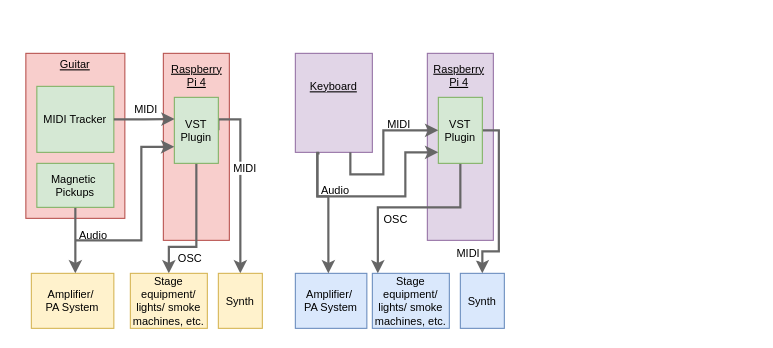
The draw.io diagram instrument_audiomostly.drawio in ns2max/drawio_figures, before the edit. Source tidied: cells renumbered, new cells numbered last; positions are measured from the earlier drawing's top-left corner, leaving out a move shared by most shapes. Both pictures are drawn from the tidied source at 110%, with x=0, y=0 at pixel (25, 53).
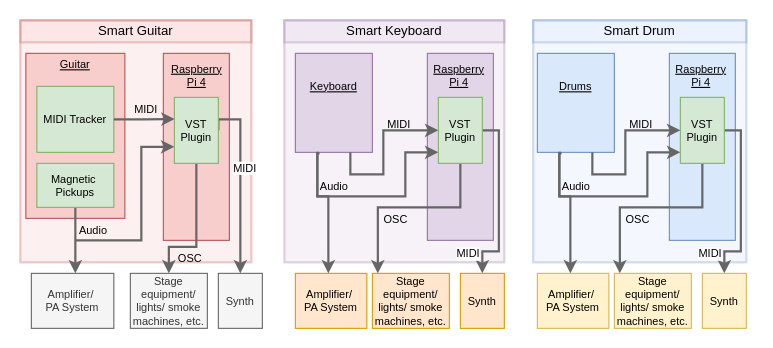
After the change.

Unchanged cells that the change refers to:
```xml
<mxCell id="3" style="edgeStyle=orthogonalEdgeStyle;rounded=0;jettySize=auto;html=1;fillColor=default;strokeWidth=2;strokeColor=#666666;fontSize=10;" parent="1" edge="1" source="7" target="15">
  <mxGeometry relative="1" as="geometry">
    <Array as="points">
      <mxPoint x="70" y="200" />
      <mxPoint x="65" y="200" />
    </Array>
  </mxGeometry>
</mxCell>
<mxCell id="35" style="edgeStyle=orthogonalEdgeStyle;rounded=0;jettySize=auto;html=1;fillColor=default;strokeWidth=2;strokeColor=#666666;fontSize=10;exitX=0.307;exitY=1.005;exitDx=0;exitDy=0;exitPerimeter=0;" parent="1" edge="1" source="20" target="26">
  <mxGeometry relative="1" as="geometry">
    <Array as="points">
      <mxPoint x="265" y="91" />
      <mxPoint x="265" y="130" />
      <mxPoint x="345" y="130" />
      <mxPoint x="345" y="90" />
    </Array>
  </mxGeometry>
</mxCell>
```

Change to the diagram source:
```diff
@@
+    <mxCell id="38" style="rounded=0;whiteSpace=wrap;html=1;fillColor=#dae8fc;strokeColor=#6c8ebf;opacity=30;strokeWidth=2;" parent="1" vertex="1">
+      <mxGeometry x="461.2" y="-30" width="193.8" height="220" as="geometry" />
+    </mxCell>
+    <mxCell id="39" style="rounded=0;whiteSpace=wrap;html=1;fillColor=#f8cecc;strokeColor=#b85450;opacity=30;strokeWidth=2;" parent="1" vertex="1">
+      <mxGeometry x="-5" y="-30" width="210" height="220" as="geometry" />
+    </mxCell>
+    <mxCell id="40" style="rounded=0;whiteSpace=wrap;html=1;fillColor=#e1d5e7;strokeColor=#9673a6;opacity=30;strokeWidth=2;" parent="1" vertex="1">
+      <mxGeometry x="235" y="-30" width="200" height="220" as="geometry" />
+    </mxCell>
@@
     <mxCell id="4" value="Audio" style="edgeLabel;html=1;align=center;verticalAlign=middle;fontSize=10;labelBackgroundColor=none;" parent="3" vertex="1">
       <mxGeometry x="-0.23" y="-1" relative="1" as="geometry">
-        <mxPoint x="16" y="1" as="offset" />
+        <mxPoint x="16" y="-3" as="offset" />
       </mxGeometry>
     </mxCell>
@@
-    <mxCell id="15" value="Amplifier/&amp;nbsp;&lt;div&gt;PA System&lt;/div&gt;" style="rounded=0;whiteSpace=wrap;html=1;labelBackgroundColor=none;fillColor=#fff2cc;strokeColor=#d6b656;fontSize=10;" parent="1" vertex="1">
+    <mxCell id="15" value="Amplifier/&amp;nbsp;&lt;div&gt;PA System&lt;/div&gt;" style="rounded=0;whiteSpace=wrap;html=1;labelBackgroundColor=none;fillColor=#f5f5f5;strokeColor=#666666;fontSize=10;fontColor=#333333;" parent="1" vertex="1">
       <mxGeometry x="5" y="200" width="75" height="50" as="geometry" />
     </mxCell>
-    <mxCell id="16" value="Stage equipment/ lights/ smoke machines, etc." style="rounded=0;whiteSpace=wrap;html=1;labelBackgroundColor=none;fillColor=#fff2cc;strokeColor=#d6b656;fontSize=10;" parent="1" vertex="1">
+    <mxCell id="16" value="Stage equipment/ lights/ smoke machines, etc." style="rounded=0;whiteSpace=wrap;html=1;labelBackgroundColor=none;fillColor=#f5f5f5;strokeColor=#666666;fontSize=10;fontColor=#333333;" parent="1" vertex="1">
       <mxGeometry x="95" y="200" width="70" height="50" as="geometry" />
     </mxCell>
-    <mxCell id="17" value="&lt;span style=&quot;font-weight: 400; font-size: 10px;&quot;&gt;Synth&lt;/span&gt;" style="rounded=0;whiteSpace=wrap;html=1;labelBackgroundColor=none;fontStyle=1;fillColor=#fff2cc;strokeColor=#d6b656;fontSize=10;" parent="1" vertex="1">
+    <mxCell id="17" value="&lt;span style=&quot;font-weight: 400; font-size: 10px;&quot;&gt;Synth&lt;/span&gt;" style="rounded=0;whiteSpace=wrap;html=1;labelBackgroundColor=none;fontStyle=1;fillColor=#f5f5f5;strokeColor=#666666;fontSize=10;fontColor=#333333;" parent="1" vertex="1">
       <mxGeometry x="175" y="200" width="40" height="50" as="geometry" />
     </mxCell>
@@
-    <mxCell id="29" value="Stage equipment/ lights/ smoke machines, etc." style="rounded=0;whiteSpace=wrap;html=1;labelBackgroundColor=none;fillColor=#dae8fc;strokeColor=#6c8ebf;fontSize=10;" parent="1" vertex="1">
+    <mxCell id="29" value="Stage equipment/ lights/ smoke machines, etc." style="rounded=0;whiteSpace=wrap;html=1;labelBackgroundColor=none;fillColor=#ffe6cc;strokeColor=#d79b00;fontSize=10;" parent="1" vertex="1">
       <mxGeometry x="315" y="200" width="70" height="50" as="geometry" />
     </mxCell>
-    <mxCell id="30" value="&lt;span style=&quot;font-weight: 400; font-size: 10px;&quot;&gt;Synth&lt;/span&gt;" style="rounded=0;whiteSpace=wrap;html=1;labelBackgroundColor=none;fontStyle=1;fillColor=#dae8fc;strokeColor=#6c8ebf;fontSize=10;" parent="1" vertex="1">
+    <mxCell id="30" value="&lt;span style=&quot;font-weight: 400; font-size: 10px;&quot;&gt;Synth&lt;/span&gt;" style="rounded=0;whiteSpace=wrap;html=1;labelBackgroundColor=none;fontStyle=1;fillColor=#ffe6cc;strokeColor=#d79b00;fontSize=10;" parent="1" vertex="1">
       <mxGeometry x="395" y="200" width="40" height="50" as="geometry" />
     </mxCell>
@@
-    <mxCell id="34" value="Amplifier/&amp;nbsp;&lt;div&gt;PA System&lt;/div&gt;" style="rounded=0;whiteSpace=wrap;html=1;labelBackgroundColor=none;fillColor=#dae8fc;strokeColor=#6c8ebf;fontSize=10;" parent="1" vertex="1">
+    <mxCell id="34" value="Amplifier/&amp;nbsp;&lt;div&gt;PA System&lt;/div&gt;" style="rounded=0;whiteSpace=wrap;html=1;labelBackgroundColor=none;fillColor=#ffe6cc;strokeColor=#d79b00;fontSize=10;" parent="1" vertex="1">
       <mxGeometry x="245" y="200" width="65" height="50" as="geometry" />
     </mxCell>
@@
     <mxCell id="36" value="Audio" style="edgeLabel;html=1;align=center;verticalAlign=middle;fontSize=10;labelBackgroundColor=none;" parent="35" vertex="1">
       <mxGeometry x="0.16" relative="1" as="geometry">
-        <mxPoint x="-54" y="-7" as="offset" />
+        <mxPoint x="-55" y="-10" as="offset" />
       </mxGeometry>
     </mxCell>
@@
+    <mxCell id="41" style="rounded=0;whiteSpace=wrap;html=1;fillColor=#dae8fc;strokeColor=#6c8ebf;fontSize=10;" parent="1" vertex="1">
+      <mxGeometry x="465" width="70" height="90" as="geometry" />
+    </mxCell>
+    <mxCell id="42" style="rounded=0;whiteSpace=wrap;html=1;fillColor=#dae8fc;strokeColor=#6c8ebf;fontSize=10;" parent="1" vertex="1">
+      <mxGeometry x="585" width="60" height="170" as="geometry" />
+    </mxCell>
+    <mxCell id="43" style="edgeStyle=orthogonalEdgeStyle;rounded=0;jettySize=auto;html=1;exitX=1;exitY=0.5;exitDx=0;exitDy=0;fillColor=default;strokeWidth=2;strokeColor=#666666;fontSize=10;entryX=0.5;entryY=0;entryDx=0;entryDy=0;" parent="1" edge="1" source="47" target="51">
+      <mxGeometry relative="1" as="geometry">
+        <Array as="points">
+          <mxPoint x="650" y="70" />
+          <mxPoint x="650" y="180" />
+          <mxPoint x="635" y="180" />
+        </Array>
+      </mxGeometry>
+    </mxCell>
+    <mxCell id="44" value="MIDI" style="edgeLabel;html=1;align=center;verticalAlign=middle;fontSize=10;" parent="43" vertex="1">
+      <mxGeometry x="-0.04" y="1" relative="1" as="geometry">
+        <mxPoint x="-30" y="49" as="offset" />
+      </mxGeometry>
+    </mxCell>
+    <mxCell id="45" style="edgeStyle=orthogonalEdgeStyle;rounded=0;jettySize=auto;html=1;exitX=0.5;exitY=1;exitDx=0;exitDy=0;fillColor=default;strokeWidth=2;strokeColor=#666666;fontSize=10;" parent="1" edge="1" source="47" target="50">
+      <mxGeometry relative="1" as="geometry">
+        <Array as="points">
+          <mxPoint x="615" y="140" />
+          <mxPoint x="540" y="140" />
+        </Array>
+      </mxGeometry>
+    </mxCell>
+    <mxCell id="46" value="OSC" style="edgeLabel;html=1;align=center;verticalAlign=middle;fontSize=10;labelBackgroundColor=none;" parent="45" vertex="1">
+      <mxGeometry x="-0.13" y="-1" relative="1" as="geometry">
+        <mxPoint x="-24" y="11" as="offset" />
+      </mxGeometry>
+    </mxCell>
+    <mxCell id="47" value="VST&lt;br style=&quot;font-size: 10px;&quot;&gt;Plugin" style="rounded=0;whiteSpace=wrap;html=1;fillColor=#d5e8d4;strokeColor=#82b366;fontSize=10;" parent="1" vertex="1">
+      <mxGeometry x="595" y="40" width="40" height="60" as="geometry" />
+    </mxCell>
+    <mxCell id="48" value="&lt;u&gt;Drums&lt;/u&gt;" style="text;html=1;strokeColor=none;fillColor=none;align=center;verticalAlign=middle;whiteSpace=wrap;rounded=0;labelBackgroundColor=none;fontSize=10;" parent="1" vertex="1">
+      <mxGeometry x="475" y="20" width="50" height="20" as="geometry" />
+    </mxCell>
+    <mxCell id="49" value="&lt;u style=&quot;font-size: 10px;&quot;&gt;Raspberry &lt;br&gt;Pi 4&lt;/u&gt;" style="text;html=1;strokeColor=none;fillColor=none;align=center;verticalAlign=middle;whiteSpace=wrap;rounded=0;labelBackgroundColor=none;fontSize=10;" parent="1" vertex="1">
+      <mxGeometry x="565" y="10" width="97.5" height="20" as="geometry" />
+    </mxCell>
+    <mxCell id="50" value="Stage equipment/ lights/ smoke machines, etc." style="rounded=0;whiteSpace=wrap;html=1;labelBackgroundColor=none;fillColor=#fff2cc;strokeColor=#d6b656;fontSize=10;" parent="1" vertex="1">
+      <mxGeometry x="535" y="200" width="70" height="50" as="geometry" />
+    </mxCell>
+    <mxCell id="51" value="&lt;span style=&quot;font-weight: 400; font-size: 10px;&quot;&gt;Synth&lt;/span&gt;" style="rounded=0;whiteSpace=wrap;html=1;labelBackgroundColor=none;fontStyle=1;fillColor=#fff2cc;strokeColor=#d6b656;fontSize=10;" parent="1" vertex="1">
+      <mxGeometry x="615" y="200" width="40" height="50" as="geometry" />
+    </mxCell>
+    <mxCell id="52" style="edgeStyle=orthogonalEdgeStyle;rounded=0;jettySize=auto;html=1;entryX=0;entryY=0.5;entryDx=0;entryDy=0;fillColor=default;strokeWidth=2;strokeColor=#666666;fontSize=10;" parent="1" edge="1" target="47">
+      <mxGeometry relative="1" as="geometry">
+        <mxPoint x="515" y="90" as="sourcePoint" />
+        <Array as="points">
+          <mxPoint x="515" y="90" />
+          <mxPoint x="515" y="110" />
+          <mxPoint x="545" y="110" />
+          <mxPoint x="545" y="70" />
+        </Array>
+      </mxGeometry>
+    </mxCell>
+    <mxCell id="53" value="&amp;nbsp;MIDI&amp;nbsp;" style="edgeLabel;html=1;align=center;verticalAlign=middle;fontSize=10;labelBackgroundColor=none;" parent="52" vertex="1">
+      <mxGeometry x="0.16" relative="1" as="geometry">
+        <mxPoint x="13" y="-16" as="offset" />
+      </mxGeometry>
+    </mxCell>
+    <mxCell id="54" value="Amplifier/&amp;nbsp;&lt;div&gt;PA System&lt;/div&gt;" style="rounded=0;whiteSpace=wrap;html=1;labelBackgroundColor=none;fillColor=#fff2cc;strokeColor=#d6b656;fontSize=10;" parent="1" vertex="1">
+      <mxGeometry x="465" y="200" width="65" height="50" as="geometry" />
+    </mxCell>
+    <mxCell id="55" style="edgeStyle=orthogonalEdgeStyle;rounded=0;jettySize=auto;html=1;fillColor=default;strokeWidth=2;strokeColor=#666666;fontSize=10;exitX=0.307;exitY=1.005;exitDx=0;exitDy=0;exitPerimeter=0;" parent="1" edge="1" source="41" target="47">
+      <mxGeometry relative="1" as="geometry">
+        <Array as="points">
+          <mxPoint x="485" y="91" />
+          <mxPoint x="485" y="130" />
+          <mxPoint x="565" y="130" />
+          <mxPoint x="565" y="90" />
+        </Array>
+      </mxGeometry>
+    </mxCell>
+    <mxCell id="56" value="Audio" style="edgeLabel;html=1;align=center;verticalAlign=middle;fontSize=10;labelBackgroundColor=none;" parent="55" vertex="1">
+      <mxGeometry x="0.16" relative="1" as="geometry">
+        <mxPoint x="-55" y="-10" as="offset" />
+      </mxGeometry>
+    </mxCell>
+    <mxCell id="57" style="edgeStyle=orthogonalEdgeStyle;rounded=0;jettySize=auto;html=1;fillColor=default;strokeWidth=2;strokeColor=#666666;fontSize=10;exitX=0.307;exitY=1.005;exitDx=0;exitDy=0;exitPerimeter=0;entryX=0.462;entryY=0;entryDx=0;entryDy=0;entryPerimeter=0;" parent="1" edge="1" target="54">
+      <mxGeometry relative="1" as="geometry">
+        <mxPoint x="486" y="90" as="sourcePoint" />
+        <Array as="points">
+          <mxPoint x="485" y="91" />
+          <mxPoint x="485" y="130" />
+          <mxPoint x="495" y="130" />
+        </Array>
+      </mxGeometry>
+    </mxCell>
+    <mxCell id="58" value="Smart Guitar" style="rounded=0;whiteSpace=wrap;html=1;fillColor=#f8cecc;strokeColor=#b85450;opacity=30;strokeWidth=2;" parent="1" vertex="1">
+      <mxGeometry x="-5" y="-30" width="210" height="20" as="geometry" />
+    </mxCell>
+    <mxCell id="59" value="Smart Keyboard" style="rounded=0;whiteSpace=wrap;html=1;fillColor=#e1d5e7;strokeColor=#9673a6;opacity=30;strokeWidth=2;" parent="1" vertex="1">
+      <mxGeometry x="235" y="-30" width="200" height="20" as="geometry" />
+    </mxCell>
+    <mxCell id="60" value="Smart Drum" style="rounded=0;whiteSpace=wrap;html=1;fillColor=#dae8fc;strokeColor=#6c8ebf;opacity=30;strokeWidth=2;" parent="1" vertex="1">
+      <mxGeometry x="461.2" y="-30" width="193.8" height="20" as="geometry" />
+    </mxCell>
```
